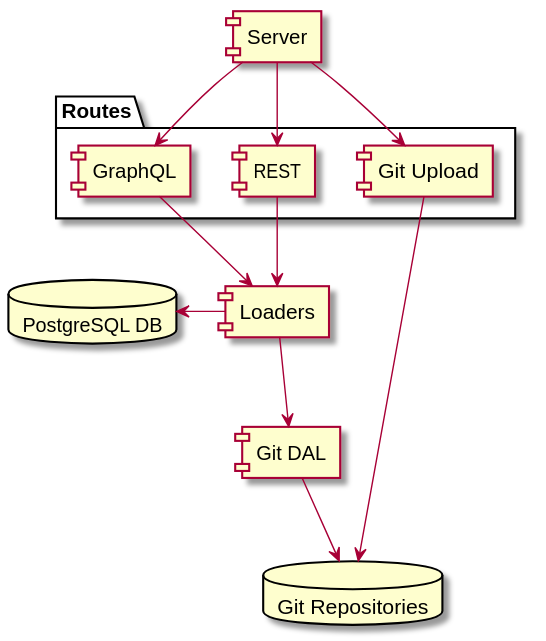
This is schema/components.svg from felixfbecker/olfaction, a PlantUML export, as it was before one commit. The source it was exported from:
```plantuml
@startuml components

component Server
package "Routes" {
  component "REST" as REST
  component "GraphQL" as GraphQL
  component "Git Upload" as GitUpload
}
component Loaders
component "Git DAL" as GitDAL

database "Git Repositories" as GitRepos
database "PostgreSQL DB" as Postgres

Server -down-> GraphQL
Server -down-> GitUpload
GitUpload -down-> GitRepos
Server -down-> REST
REST -down-> Loaders
GraphQL -down-> Loaders
Loaders -left-> Postgres
Loaders -down-> GitDAL
GitDAL -down-> GitRepos

@enduml
```
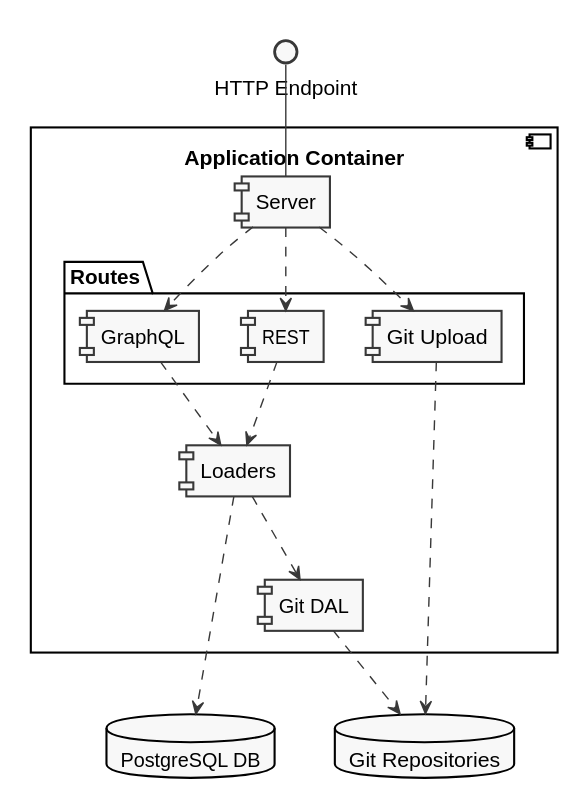
The same diagram one commit later.

Change to the diagram source:
```diff
@@ -1,25 +1,35 @@
 @startuml components
+skinparam monochrome true
+skinparam shadowing false
+skinparam backgroundColor transparent
+skinparam classBackgroundColor transparent
 
-component Server
-package "Routes" {
-  component "REST" as REST
-  component "GraphQL" as GraphQL
-  component "Git Upload" as GitUpload
-}
-component Loaders
-component "Git DAL" as GitDAL
 
 database "Git Repositories" as GitRepos
 database "PostgreSQL DB" as Postgres
 
-Server -down-> GraphQL
-Server -down-> GitUpload
-GitUpload -down-> GitRepos
-Server -down-> REST
-REST -down-> Loaders
-GraphQL -down-> Loaders
-Loaders -left-> Postgres
-Loaders -down-> GitDAL
-GitDAL -down-> GitRepos
+() "HTTP Endpoint" as HTTP
+
+component "Application Container" {
+  component Server
+  HTTP -- Server
+  package "Routes" {
+    component "Git Upload" as GitUpload
+    component "REST" as REST
+    component "GraphQL" as GraphQL
+  }
+  component Loaders
+  component "Git DAL" as GitDAL
+
+  Server .down.> GitUpload
+  GitUpload .right.> GitRepos
+  Server .down.> GraphQL
+  Server .down.> REST
+  REST .down.> Loaders
+  GraphQL .down.> Loaders
+  Loaders .down..> Postgres
+  Loaders .down.> GitDAL
+  GitDAL ..> GitRepos
+}
 
 @enduml
```
